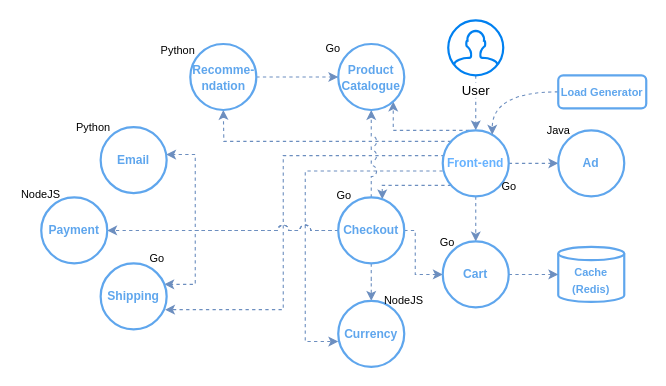
Before: online-boutique.drawio in danielfct/master-thesis, a draw.io diagram. Source tidied: cells renumbered, new cells numbered last; positions are measured from the earlier drawing's top-left corner, leaving out a move shared by most shapes. Both pictures are drawn from the tidied source at 110%, with x=0, y=0 at pixel (19, 20).
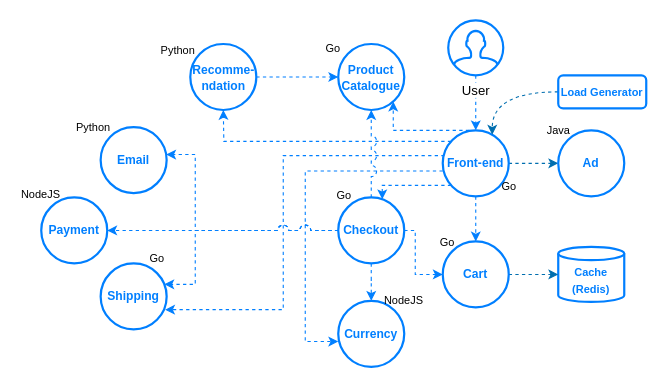
After the change.

The edit, as a diff of the source:
```diff
@@
-    <mxCell id="2" style="edgeStyle=orthogonalEdgeStyle;rounded=0;jettySize=auto;html=1;dashed=1;fillColor=#dae8fc;strokeColor=#6c8ebf;" parent="1" edge="1" source="3" target="11">
+    <mxCell id="2" style="edgeStyle=orthogonalEdgeStyle;rounded=0;jettySize=auto;html=1;dashed=1;fillColor=#1ba1e2;strokeColor=#007FFF;" parent="1" edge="1" source="3" target="11">
       <mxGeometry relative="1" as="geometry" />
     </mxCell>
-    <mxCell id="3" value="User" style="html=1;verticalLabelPosition=bottom;align=center;labelBackgroundColor=#ffffff;verticalAlign=top;strokeWidth=2;strokeColor=#0080F0;shadow=0;dashed=0;shape=mxgraph.ios7.icons.user;" parent="1" vertex="1">
+    <mxCell id="3" value="User" style="html=1;verticalLabelPosition=bottom;align=center;labelBackgroundColor=#ffffff;verticalAlign=top;strokeWidth=2;shadow=0;dashed=0;shape=mxgraph.ios7.icons.user;strokeColor=#007FFF;" parent="1" vertex="1">
       <mxGeometry x="390" width="50" height="50" as="geometry" />
     </mxCell>
-    <mxCell id="4" style="edgeStyle=orthogonalEdgeStyle;rounded=0;jettySize=auto;html=1;dashed=1;fontSize=10;fillColor=#dae8fc;strokeColor=#6c8ebf;" parent="1" edge="1" source="11" target="20">
+    <mxCell id="4" style="edgeStyle=orthogonalEdgeStyle;rounded=0;jettySize=auto;html=1;dashed=1;fontSize=10;fillColor=#1ba1e2;strokeColor=#007FFF;" parent="1" edge="1" source="11" target="20">
       <mxGeometry relative="1" as="geometry">
         <Array as="points">
           <mxPoint x="330" y="150" />
         </Array>
       </mxGeometry>
     </mxCell>
-    <mxCell id="5" style="edgeStyle=orthogonalEdgeStyle;rounded=0;jettySize=auto;html=1;dashed=1;fontSize=10;fillColor=#dae8fc;strokeColor=#6c8ebf;" parent="1" edge="1" source="11" target="21">
+    <mxCell id="5" style="edgeStyle=orthogonalEdgeStyle;rounded=0;jettySize=auto;html=1;dashed=1;fontSize=10;fillColor=#1ba1e2;strokeColor=#006EAF;" parent="1" edge="1" source="11" target="21">
       <mxGeometry relative="1" as="geometry" />
     </mxCell>
-    <mxCell id="6" style="edgeStyle=orthogonalEdgeStyle;rounded=0;jettySize=auto;html=1;dashed=1;fontSize=10;fillColor=#dae8fc;strokeColor=#6c8ebf;" parent="1" edge="1" source="11" target="32">
+    <mxCell id="6" style="edgeStyle=orthogonalEdgeStyle;rounded=0;jettySize=auto;html=1;dashed=1;fontSize=10;fillColor=#1ba1e2;strokeColor=#007FFF;" parent="1" edge="1" source="11" target="32">
       <mxGeometry relative="1" as="geometry" />
     </mxCell>
-    <mxCell id="7" style="edgeStyle=orthogonalEdgeStyle;rounded=0;orthogonalLoop=1;jettySize=auto;html=1;dashed=1;fontSize=10;jumpStyle=arc;fillColor=#dae8fc;strokeColor=#6c8ebf;" parent="1" edge="1">
+    <mxCell id="7" style="edgeStyle=orthogonalEdgeStyle;rounded=0;orthogonalLoop=1;jettySize=auto;html=1;dashed=1;fontSize=10;jumpStyle=arc;fillColor=#1ba1e2;strokeColor=#007FFF;" parent="1" edge="1">
       <mxGeometry relative="1" as="geometry">
         <mxPoint x="386.7" y="123" as="sourcePoint" />
         <mxPoint x="132.6" y="263" as="targetPoint" />
         <Array as="points">
           <mxPoint x="240" y="123" />
           <mxPoint x="240" y="263" />
         </Array>
       </mxGeometry>
     </mxCell>
-    <mxCell id="8" style="edgeStyle=orthogonalEdgeStyle;rounded=0;jettySize=auto;html=1;dashed=1;fontSize=10;fillColor=#dae8fc;strokeColor=#6c8ebf;" parent="1" edge="1" source="11" target="28">
+    <mxCell id="8" style="edgeStyle=orthogonalEdgeStyle;rounded=0;jettySize=auto;html=1;dashed=1;fontSize=10;fillColor=#1ba1e2;strokeColor=#007FFF;" parent="1" edge="1" source="11" target="28">
       <mxGeometry relative="1" as="geometry">
         <Array as="points">
           <mxPoint x="186" y="110" />
         </Array>
       </mxGeometry>
     </mxCell>
-    <mxCell id="9" style="edgeStyle=orthogonalEdgeStyle;rounded=0;orthogonalLoop=1;jettySize=auto;html=1;entryX=0;entryY=0.5;entryDx=0;entryDy=0;dashed=1;fontSize=10;fillColor=#dae8fc;strokeColor=#6c8ebf;" parent="1" edge="1">
+    <mxCell id="9" style="edgeStyle=orthogonalEdgeStyle;rounded=0;orthogonalLoop=1;jettySize=auto;html=1;entryX=0;entryY=0.5;entryDx=0;entryDy=0;dashed=1;fontSize=10;fillColor=#1ba1e2;strokeColor=#007FFF;" parent="1" edge="1">
       <mxGeometry relative="1" as="geometry">
         <mxPoint x="385" y="137" as="sourcePoint" />
         <mxPoint x="290" y="292" as="targetPoint" />
         <Array as="points">
           <mxPoint x="260" y="137" />
           <mxPoint x="260" y="292" />
         </Array>
       </mxGeometry>
     </mxCell>
-    <mxCell id="10" style="edgeStyle=orthogonalEdgeStyle;rounded=0;jumpStyle=arc;jumpSize=10;jettySize=auto;html=1;dashed=1;strokeColor=#6c8ebf;fontSize=10;fillColor=#dae8fc;" parent="1" edge="1" target="26">
+    <mxCell id="10" style="edgeStyle=orthogonalEdgeStyle;rounded=0;jumpStyle=arc;jumpSize=10;jettySize=auto;html=1;dashed=1;fontSize=10;fillColor=#1ba1e2;strokeColor=#007FFF;" parent="1" edge="1" target="26">
       <mxGeometry relative="1" as="geometry">
         <mxPoint x="409" y="100" as="sourcePoint" />
         <Array as="points">
           <mxPoint x="340" y="100" />
         </Array>
       </mxGeometry>
     </mxCell>
-    <mxCell id="11" value="&lt;font color=&quot;#66b2ff&quot; size=&quot;1&quot;&gt;&lt;b style=&quot;font-size: 11px&quot;&gt;Front-end&lt;/b&gt;&lt;/font&gt;" style="ellipse;whiteSpace=wrap;html=1;strokeWidth=2;strokeColor=#5FA6ED;" parent="1" vertex="1">
+    <mxCell id="11" value="&lt;font size=&quot;1&quot; color=&quot;#007fff&quot;&gt;&lt;b style=&quot;font-size: 11px&quot;&gt;Front-end&lt;/b&gt;&lt;/font&gt;" style="ellipse;whiteSpace=wrap;html=1;strokeWidth=2;strokeColor=#007FFF;" parent="1" vertex="1">
       <mxGeometry x="385" y="100" width="60" height="60" as="geometry" />
     </mxCell>
-    <mxCell id="12" style="edgeStyle=orthogonalEdgeStyle;rounded=0;jettySize=auto;html=1;dashed=1;curved=1;fillColor=#dae8fc;strokeColor=#6c8ebf;" parent="1" edge="1" source="13" target="11">
+    <mxCell id="12" style="edgeStyle=orthogonalEdgeStyle;rounded=0;jettySize=auto;html=1;dashed=1;curved=1;fillColor=#1ba1e2;strokeColor=#006EAF;" parent="1" edge="1" source="13" target="11">
       <mxGeometry relative="1" as="geometry">
         <Array as="points">
           <mxPoint x="430" y="65" />
         </Array>
       </mxGeometry>
     </mxCell>
-    <mxCell id="13" value="&lt;b&gt;&lt;font style=&quot;font-size: 10px&quot; color=&quot;#5fa6ed&quot;&gt;Load Generator&lt;/font&gt;&lt;/b&gt;" style="rounded=1;whiteSpace=wrap;html=1;strokeColor=#5FA6ED;strokeWidth=2;" parent="1" vertex="1">
+    <mxCell id="13" value="&lt;b&gt;&lt;font color=&quot;#007fff&quot;&gt;&lt;font style=&quot;font-size: 10px&quot;&gt;Load &lt;/font&gt;&lt;font style=&quot;font-size: 10px&quot;&gt;Generator&lt;/font&gt;&lt;/font&gt;&lt;/b&gt;" style="rounded=1;whiteSpace=wrap;html=1;strokeWidth=2;strokeColor=#007FFF;" parent="1" vertex="1">
       <mxGeometry x="490" y="50" width="80" height="30" as="geometry" />
     </mxCell>
-    <mxCell id="14" style="edgeStyle=orthogonalEdgeStyle;rounded=0;jettySize=auto;html=1;dashed=1;fontSize=10;jumpStyle=arc;jumpSize=10;fillColor=#dae8fc;strokeColor=#6c8ebf;" parent="1" edge="1" source="20" target="23">
+    <mxCell id="14" style="edgeStyle=orthogonalEdgeStyle;rounded=0;jettySize=auto;html=1;dashed=1;fontSize=10;jumpStyle=arc;jumpSize=10;fillColor=#1ba1e2;strokeColor=#007FFF;" parent="1" edge="1" source="20" target="23">
       <mxGeometry relative="1" as="geometry" />
     </mxCell>
-    <mxCell id="15" style="edgeStyle=orthogonalEdgeStyle;rounded=0;jettySize=auto;html=1;dashed=1;fontSize=10;jumpStyle=arc;jumpSize=10;fillColor=#dae8fc;strokeColor=#6c8ebf;" parent="1" edge="1" source="20" target="22">
+    <mxCell id="15" style="edgeStyle=orthogonalEdgeStyle;rounded=0;jettySize=auto;html=1;dashed=1;fontSize=10;jumpStyle=arc;jumpSize=10;fillColor=#1ba1e2;strokeColor=#007FFF;" parent="1" edge="1" source="20" target="22">
       <mxGeometry relative="1" as="geometry">
         <Array as="points">
           <mxPoint x="160" y="191" />
           <mxPoint x="160" y="122" />
         </Array>
       </mxGeometry>
     </mxCell>
-    <mxCell id="16" style="edgeStyle=orthogonalEdgeStyle;rounded=0;jettySize=auto;html=1;dashed=1;fontSize=10;jumpStyle=arc;jumpSize=10;fillColor=#dae8fc;strokeColor=#6c8ebf;" parent="1" edge="1" source="20" target="24">
+    <mxCell id="16" style="edgeStyle=orthogonalEdgeStyle;rounded=0;jettySize=auto;html=1;dashed=1;fontSize=10;jumpStyle=arc;jumpSize=10;fillColor=#1ba1e2;strokeColor=#007FFF;" parent="1" edge="1" source="20" target="24">
       <mxGeometry relative="1" as="geometry">
         <Array as="points">
           <mxPoint x="160" y="191" />
           <mxPoint x="160" y="240" />
         </Array>
       </mxGeometry>
     </mxCell>
-    <mxCell id="17" style="edgeStyle=orthogonalEdgeStyle;rounded=0;jettySize=auto;html=1;dashed=1;fontSize=10;fillColor=#dae8fc;strokeColor=#6c8ebf;" parent="1" edge="1" source="20" target="25">
+    <mxCell id="17" style="edgeStyle=orthogonalEdgeStyle;rounded=0;jettySize=auto;html=1;dashed=1;fontSize=10;fillColor=#1ba1e2;strokeColor=#007FFF;" parent="1" edge="1" source="20" target="25">
       <mxGeometry relative="1" as="geometry" />
     </mxCell>
-    <mxCell id="18" style="rounded=0;jettySize=auto;html=1;dashed=1;fontSize=10;fillColor=#dae8fc;strokeColor=#6c8ebf;" parent="1" edge="1" source="20" target="32">
+    <mxCell id="18" style="rounded=0;jettySize=auto;html=1;dashed=1;fontSize=10;fillColor=#1ba1e2;strokeColor=#007FFF;" parent="1" edge="1" source="20" target="32">
       <mxGeometry relative="1" as="geometry">
         <Array as="points">
           <mxPoint x="360" y="191" />
           <mxPoint x="360" y="231" />
         </Array>
       </mxGeometry>
     </mxCell>
-    <mxCell id="19" style="edgeStyle=orthogonalEdgeStyle;rounded=0;jettySize=auto;html=1;dashed=1;fontSize=10;jumpStyle=arc;jumpSize=10;fillColor=#dae8fc;strokeColor=#6c8ebf;" parent="1" edge="1" source="20" target="26">
+    <mxCell id="19" style="edgeStyle=orthogonalEdgeStyle;rounded=0;jettySize=auto;html=1;dashed=1;fontSize=10;jumpStyle=arc;jumpSize=10;fillColor=#1ba1e2;strokeColor=#007FFF;" parent="1" edge="1" source="20" target="26">
       <mxGeometry relative="1" as="geometry" />
     </mxCell>
-    <mxCell id="20" value="&lt;font color=&quot;#5fa6ed&quot;&gt;&lt;font size=&quot;1&quot;&gt;&lt;b style=&quot;font-size: 11px&quot;&gt;Checkout&lt;/b&gt;&lt;/font&gt;&lt;/font&gt;" style="ellipse;whiteSpace=wrap;html=1;strokeWidth=2;strokeColor=#5FA6ED;" parent="1" vertex="1">
+    <mxCell id="20" value="&lt;font color=&quot;#007fff&quot;&gt;&lt;font size=&quot;1&quot;&gt;&lt;b style=&quot;font-size: 11px&quot;&gt;Checkout&lt;/b&gt;&lt;/font&gt;&lt;/font&gt;" style="ellipse;whiteSpace=wrap;html=1;strokeWidth=2;strokeColor=#007FFF;" parent="1" vertex="1">
       <mxGeometry x="290" y="161" width="60" height="60" as="geometry" />
     </mxCell>
-    <mxCell id="21" value="&lt;span style=&quot;font-size: 11px&quot;&gt;&lt;b&gt;&lt;font color=&quot;#5fa6ed&quot;&gt;Ad&lt;/font&gt;&lt;/b&gt;&lt;/span&gt;" style="ellipse;whiteSpace=wrap;html=1;strokeWidth=2;strokeColor=#5FA6ED;" parent="1" vertex="1">
+    <mxCell id="21" value="&lt;span style=&quot;font-size: 11px&quot;&gt;&lt;b&gt;&lt;font color=&quot;#007fff&quot;&gt;Ad&lt;/font&gt;&lt;/b&gt;&lt;/span&gt;" style="ellipse;whiteSpace=wrap;html=1;strokeWidth=2;strokeColor=#007FFF;" parent="1" vertex="1">
       <mxGeometry x="490" y="100" width="60" height="60" as="geometry" />
     </mxCell>
-    <mxCell id="22" value="&lt;span style=&quot;font-size: 11px&quot;&gt;&lt;b&gt;&lt;font color=&quot;#5fa6ed&quot;&gt;Email&lt;/font&gt;&lt;/b&gt;&lt;/span&gt;" style="ellipse;whiteSpace=wrap;html=1;strokeWidth=2;strokeColor=#5FA6ED;" parent="1" vertex="1">
+    <mxCell id="22" value="&lt;span style=&quot;font-size: 11px&quot;&gt;&lt;b&gt;&lt;font color=&quot;#007fff&quot;&gt;Email&lt;/font&gt;&lt;/b&gt;&lt;/span&gt;" style="ellipse;whiteSpace=wrap;html=1;strokeWidth=2;strokeColor=#007FFF;" parent="1" vertex="1">
       <mxGeometry x="74" y="97" width="60" height="60" as="geometry" />
     </mxCell>
-    <mxCell id="23" value="&lt;font color=&quot;#5fa6ed&quot;&gt;&lt;span style=&quot;font-size: 11px&quot;&gt;&lt;b&gt;Payment&lt;/b&gt;&lt;/span&gt;&lt;/font&gt;" style="ellipse;whiteSpace=wrap;html=1;strokeWidth=2;strokeColor=#5FA6ED;" parent="1" vertex="1">
+    <mxCell id="23" value="&lt;span style=&quot;font-size: 11px&quot;&gt;&lt;b&gt;&lt;font color=&quot;#007fff&quot;&gt;Payment&lt;/font&gt;&lt;/b&gt;&lt;/span&gt;" style="ellipse;whiteSpace=wrap;html=1;strokeWidth=2;strokeColor=#007FFF;" parent="1" vertex="1">
       <mxGeometry x="20" y="161" width="60" height="60" as="geometry" />
     </mxCell>
-    <mxCell id="24" value="&lt;span style=&quot;font-size: 11px&quot;&gt;&lt;b&gt;&lt;font color=&quot;#5fa6ed&quot;&gt;Shipping&lt;/font&gt;&lt;/b&gt;&lt;/span&gt;" style="ellipse;whiteSpace=wrap;html=1;strokeWidth=2;strokeColor=#5FA6ED;" parent="1" vertex="1">
+    <mxCell id="24" value="&lt;span style=&quot;font-size: 11px&quot;&gt;&lt;b&gt;&lt;font color=&quot;#007fff&quot;&gt;Shipping&lt;/font&gt;&lt;/b&gt;&lt;/span&gt;" style="ellipse;whiteSpace=wrap;html=1;strokeWidth=2;strokeColor=#007FFF;" parent="1" vertex="1">
       <mxGeometry x="74" y="221" width="60" height="60" as="geometry" />
     </mxCell>
-    <mxCell id="25" value="&lt;font color=&quot;#5fa6ed&quot;&gt;&lt;span style=&quot;font-size: 11px&quot;&gt;&lt;b&gt;Currency&lt;/b&gt;&lt;/span&gt;&lt;/font&gt;" style="ellipse;whiteSpace=wrap;html=1;strokeWidth=2;strokeColor=#5FA6ED;" parent="1" vertex="1">
+    <mxCell id="25" value="&lt;font color=&quot;#007fff&quot;&gt;&lt;span style=&quot;font-size: 11px&quot;&gt;&lt;b&gt;Currency&lt;/b&gt;&lt;/span&gt;&lt;/font&gt;" style="ellipse;whiteSpace=wrap;html=1;strokeWidth=2;strokeColor=#007FFF;" parent="1" vertex="1">
       <mxGeometry x="290" y="255" width="60" height="60" as="geometry" />
     </mxCell>
-    <mxCell id="26" value="&lt;span style=&quot;font-size: 11px&quot;&gt;&lt;b&gt;&lt;font color=&quot;#5fa6ed&quot;&gt;Product Catalogue&lt;/font&gt;&lt;/b&gt;&lt;/span&gt;" style="ellipse;whiteSpace=wrap;html=1;strokeWidth=2;strokeColor=#5FA6ED;" parent="1" vertex="1">
+    <mxCell id="26" value="&lt;span style=&quot;font-size: 11px&quot;&gt;&lt;b&gt;&lt;font color=&quot;#007fff&quot;&gt;Product Catalogue&lt;/font&gt;&lt;/b&gt;&lt;/span&gt;" style="ellipse;whiteSpace=wrap;html=1;strokeWidth=2;strokeColor=#007FFF;" parent="1" vertex="1">
       <mxGeometry x="290" y="21.5" width="60" height="60" as="geometry" />
     </mxCell>
-    <mxCell id="27" style="edgeStyle=orthogonalEdgeStyle;rounded=0;jettySize=auto;html=1;dashed=1;fontSize=10;fillColor=#dae8fc;strokeColor=#6c8ebf;" parent="1" edge="1" source="28" target="26">
+    <mxCell id="27" style="edgeStyle=orthogonalEdgeStyle;rounded=0;jettySize=auto;html=1;dashed=1;fontSize=10;fillColor=#1ba1e2;strokeColor=#007FFF;" parent="1" edge="1" source="28" target="26">
       <mxGeometry relative="1" as="geometry" />
     </mxCell>
-    <mxCell id="28" value="&lt;span style=&quot;font-size: 11px&quot;&gt;&lt;b&gt;&lt;font color=&quot;#5fa6ed&quot;&gt;Recomme-ndation&lt;/font&gt;&lt;/b&gt;&lt;/span&gt;" style="ellipse;whiteSpace=wrap;html=1;strokeWidth=2;strokeColor=#5FA6ED;" parent="1" vertex="1">
+    <mxCell id="28" value="&lt;span style=&quot;font-size: 11px&quot;&gt;&lt;b&gt;&lt;font color=&quot;#007fff&quot;&gt;Recomme-ndation&lt;/font&gt;&lt;/b&gt;&lt;/span&gt;" style="ellipse;whiteSpace=wrap;html=1;strokeWidth=2;strokeColor=#007FFF;" parent="1" vertex="1">
       <mxGeometry x="155.5" y="21.5" width="60" height="60" as="geometry" />
     </mxCell>
-    <mxCell id="29" value="&lt;b style=&quot;font-size: 10px&quot;&gt;&lt;font style=&quot;font-size: 10px&quot; color=&quot;#5fa6ed&quot;&gt;Cache&lt;br&gt;(Redis)&lt;/font&gt;&lt;/b&gt;" style="shape=cylinder3;whiteSpace=wrap;html=1;boundedLbl=1;backgroundOutline=1;size=6;strokeColor=#5FA6ED;strokeWidth=2;" parent="1" vertex="1">
+    <mxCell id="29" value="&lt;b style=&quot;font-size: 10px&quot;&gt;&lt;font style=&quot;font-size: 10px&quot; color=&quot;#007fff&quot;&gt;Cache&lt;br&gt;(Redis)&lt;/font&gt;&lt;/b&gt;" style="shape=cylinder3;whiteSpace=wrap;html=1;boundedLbl=1;backgroundOutline=1;size=6;strokeWidth=2;strokeColor=#007FFF;" parent="1" vertex="1">
       <mxGeometry x="490" y="206" width="60" height="50" as="geometry" />
     </mxCell>
@@
-    <mxCell id="31" style="edgeStyle=orthogonalEdgeStyle;rounded=0;jettySize=auto;html=1;dashed=1;fontSize=10;fillColor=#dae8fc;strokeColor=#6c8ebf;" parent="1" edge="1" source="32" target="29">
+    <mxCell id="31" style="edgeStyle=orthogonalEdgeStyle;rounded=0;jettySize=auto;html=1;dashed=1;fontSize=10;fillColor=#1ba1e2;strokeColor=#006EAF;" parent="1" edge="1" source="32" target="29">
       <mxGeometry relative="1" as="geometry" />
     </mxCell>
-    <mxCell id="32" value="&lt;font size=&quot;1&quot; color=&quot;#5fa6ed&quot;&gt;&lt;b style=&quot;font-size: 11px&quot;&gt;Cart&lt;/b&gt;&lt;/font&gt;" style="ellipse;whiteSpace=wrap;html=1;strokeWidth=2;strokeColor=#5FA6ED;" parent="1" vertex="1">
+    <mxCell id="32" value="&lt;font size=&quot;1&quot; color=&quot;#007fff&quot;&gt;&lt;b style=&quot;font-size: 11px&quot;&gt;Cart&lt;/b&gt;&lt;/font&gt;" style="ellipse;whiteSpace=wrap;html=1;strokeWidth=2;strokeColor=#007FFF;" parent="1" vertex="1">
       <mxGeometry x="385" y="201" width="60" height="60" as="geometry" />
     </mxCell>
```
